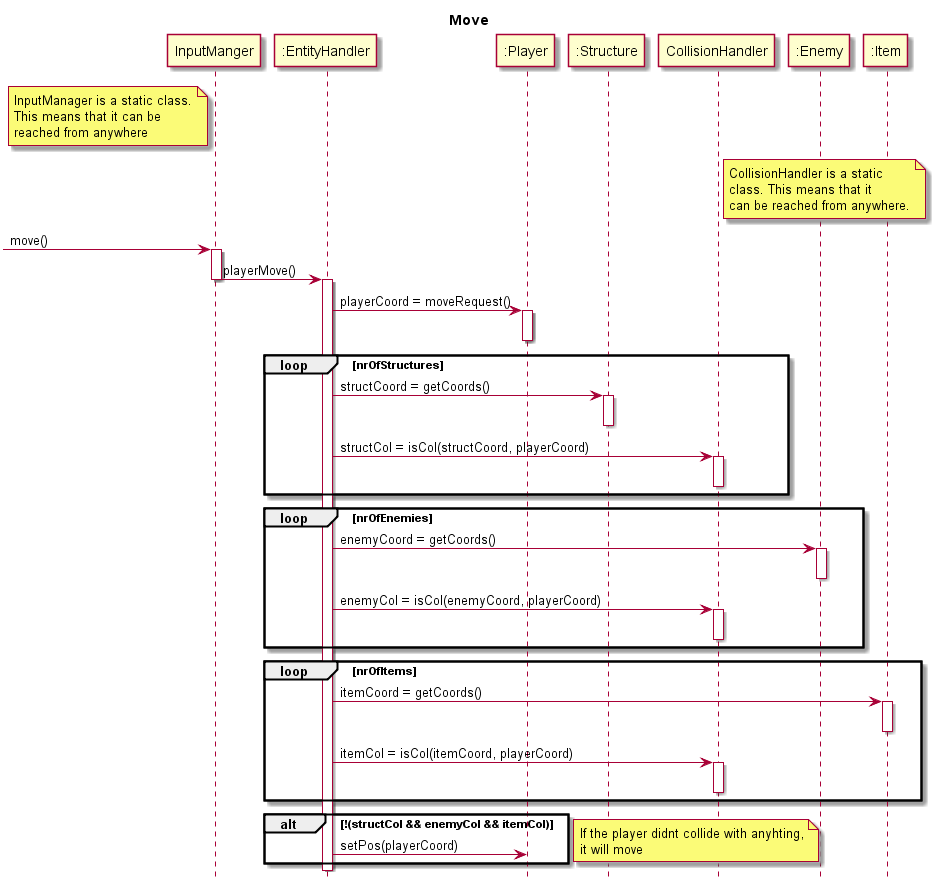
Above: Assignments/AssignmentTwo/Sequence Diagrams/plantUML/move.png in Henkebot/OOD-PA1415-Sallad (PlantUML), before the change.
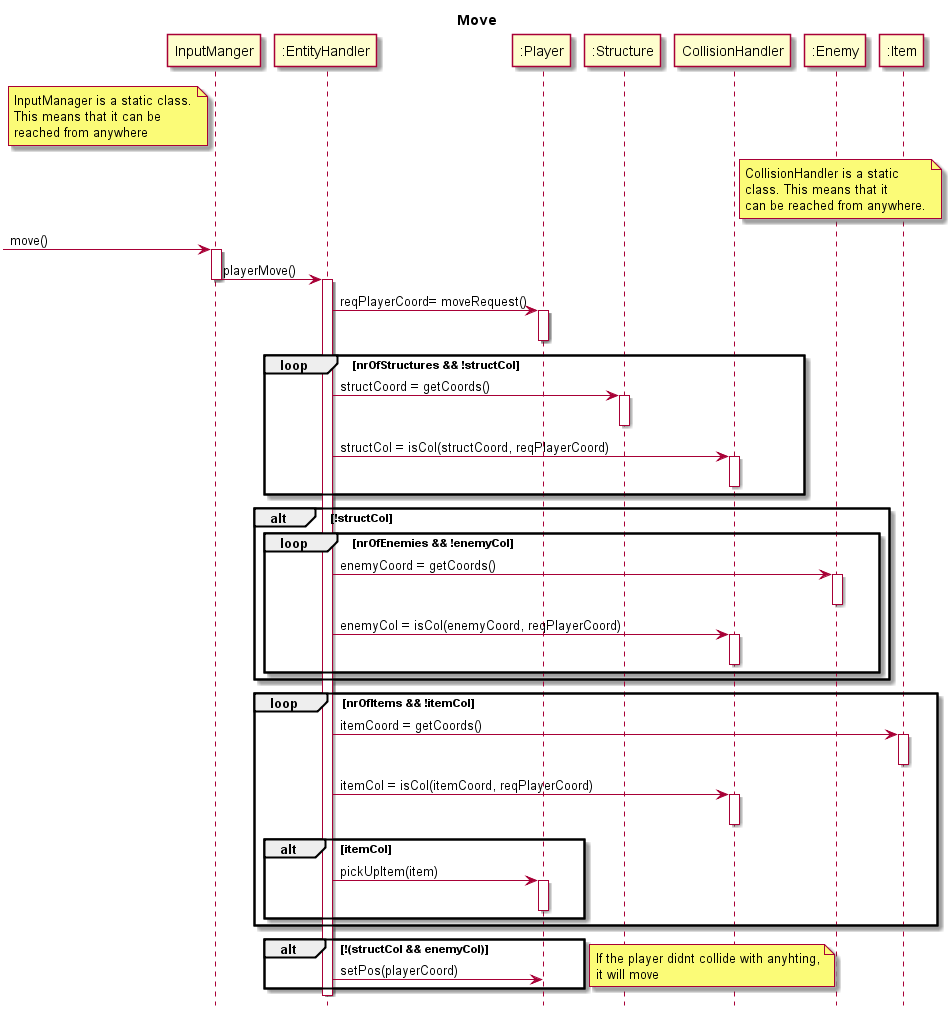
The same diagram one commit later.

Change to the diagram source:
```diff
@@ -30,42 +30,50 @@
 deactivate im
 activate eh
 
-eh -> player : playerCoord = moveRequest()
+eh -> player : reqPlayerCoord= moveRequest()
 activate player
 deactivate player
 
-loop nrOfStructures
+loop nrOfStructures && !structCol
 	eh -> struct : structCoord = getCoords()
 	activate struct
 	deactivate struct
 
-	eh -> ch : structCol = isCol(structCoord, playerCoord)
+	eh -> ch : structCol = isCol(structCoord, reqPlayerCoord)
 	activate ch
 	deactivate ch
 end
 
-loop nrOfEnemies
-	eh -> enemy : enemyCoord = getCoords()
-	activate enemy
-	deactivate enemy
+alt !structCol
+	loop nrOfEnemies && !enemyCol
+		eh -> enemy : enemyCoord = getCoords()
+		activate enemy
+		deactivate enemy
 
-	eh -> ch : enemyCol = isCol(enemyCoord, playerCoord)
-	activate ch
-	deactivate ch
+		eh -> ch : enemyCol = isCol(enemyCoord, reqPlayerCoord)
+		activate ch
+		deactivate ch
+	end
 end
 
-loop nrOfItems
+loop nrOfItems && !itemCol
 	eh -> item : itemCoord = getCoords()
 	activate item
 	deactivate item
 
-	eh -> ch : itemCol = isCol(itemCoord, playerCoord)
+	eh -> ch : itemCol = isCol(itemCoord, reqPlayerCoord)
 	activate ch
 	deactivate ch
 
+	alt itemCol
+		eh -> player : pickUpItem(item)
+		activate player
+		deactivate player
+	end
+
 end
 
-alt !(structCol && enemyCol && itemCol)
+alt !(structCol && enemyCol)
 	eh -> player : setPos(playerCoord)
 end
 
```
